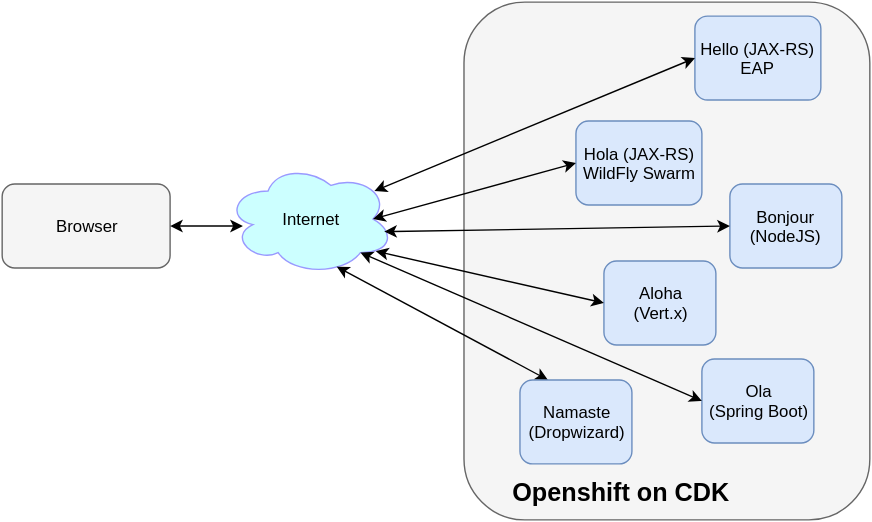
This is images/browser-client.svg from redhat-helloworld-msa/frontend, a draw.io export, as it was before one commit. Source tidied: cells renumbered, new cells last; positions are measured from the earlier drawing's top-left corner, leaving out a move shared by most shapes.
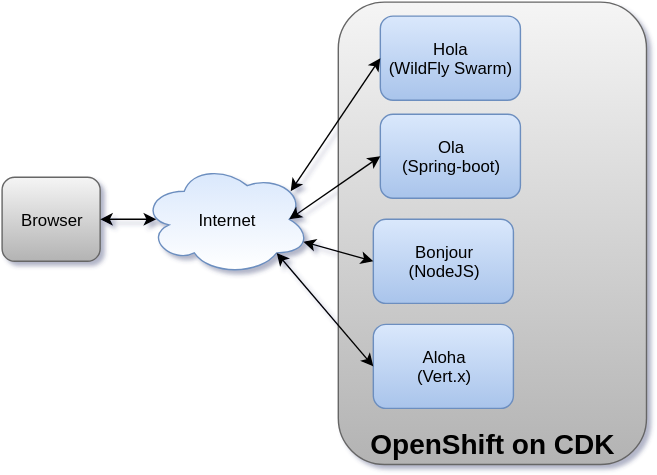
The same diagram one commit later.

Commit message:
Removed Hello and Namaste

The edit, as a diff of the source:
```diff
@@ -2,56 +2,46 @@
   <root>
     <mxCell id="0" />
     <mxCell id="1" parent="0" />
-    <mxCell id="2" value="Browser" style="rounded=1;whiteSpace=wrap;html=1;plain-gray;gradientColor=none;" parent="1" vertex="1">
-      <mxGeometry y="130" width="120" height="60" as="geometry" />
+    <mxCell id="2" value="Browser" style="rounded=1;whiteSpace=wrap;html=1;plain-gray;" parent="1" vertex="1">
+      <mxGeometry y="775" width="70" height="60" as="geometry" />
     </mxCell>
-    <mxCell id="3" value="Internet" style="ellipse;shape=cloud;whiteSpace=wrap;html=1;plain-yellow;gradientColor=none;fillColor=#CCFFFF;strokeColor=#9999FF;" parent="1" vertex="1">
-      <mxGeometry x="160" y="115" width="120" height="80" as="geometry" />
+    <mxCell id="3" value="Internet" style="ellipse;shape=cloud;whiteSpace=wrap;html=1;plain-blue;gradientColor=#FFFFFF;" parent="1" vertex="1">
+      <mxGeometry x="100" y="765" width="120" height="80" as="geometry" />
     </mxCell>
-    <mxCell id="4" style="rounded=1;whiteSpace=wrap;html=1;plain-gray;gradientColor=none;" parent="1" vertex="1">
-      <mxGeometry x="330" width="290" height="370" as="geometry" />
+    <mxCell id="4" style="edgeStyle=orthogonalEdgeStyle;rounded=0;html=1;exitX=1;exitY=0.5;startArrow=classic;startFill=1;jettySize=auto;" parent="1" edge="1" source="2">
+      <mxGeometry x="110" y="825" as="geometry">
+        <mxPoint x="110" y="805" as="targetPoint" />
+      </mxGeometry>
     </mxCell>
-    <mxCell id="5" value="Bonjour (NodeJS)" style="rounded=1;whiteSpace=wrap;html=1;plain-blue;gradientColor=none;" parent="1" vertex="1">
-      <mxGeometry x="520" y="130" width="80" height="60" as="geometry" />
+    <mxCell id="5" style="rounded=1;whiteSpace=wrap;html=1;plain-gray;" parent="1" vertex="1">
+      <mxGeometry x="240" y="650" width="220" height="330" as="geometry" />
     </mxCell>
-    <mxCell id="6" value="Hola (JAX-RS)&lt;div&gt;WildFly Swarm&lt;/div&gt;" style="rounded=1;whiteSpace=wrap;html=1;plain-blue;gradientColor=none;" parent="1" vertex="1">
-      <mxGeometry x="410" y="85" width="90" height="60" as="geometry" />
+    <mxCell id="6" value="Ola&lt;div&gt;(Spring-boot)&lt;/div&gt;" style="rounded=1;whiteSpace=wrap;html=1;plain-blue;gradientColor=#A9C4EB;" parent="1" vertex="1">
+      <mxGeometry x="270" y="730" width="100" height="60" as="geometry" />
     </mxCell>
-    <mxCell id="7" value="Hello (JAX-RS)&lt;div&gt;EAP&lt;/div&gt;" style="rounded=1;whiteSpace=wrap;html=1;plain-blue;gradientColor=none;" parent="1" vertex="1">
-      <mxGeometry x="495" y="10" width="90" height="60" as="geometry" />
+    <mxCell id="7" value="Hola&lt;div&gt;(WildFly Swarm)&lt;/div&gt;" style="rounded=1;whiteSpace=wrap;html=1;plain-blue;gradientColor=#A9C4EB;" parent="1" vertex="1">
+      <mxGeometry x="270" y="660" width="100" height="60" as="geometry" />
     </mxCell>
-    <mxCell id="8" value="Aloha&lt;div&gt;(Vert.x)&lt;/div&gt;" style="rounded=1;whiteSpace=wrap;html=1;plain-blue;gradientColor=none;" parent="1" vertex="1">
-      <mxGeometry x="430" y="185" width="80" height="60" as="geometry" />
+    <mxCell id="8" value="Aloha&lt;div&gt;(Vert.x)&lt;/div&gt;" style="rounded=1;whiteSpace=wrap;html=1;plain-blue;gradientColor=#A9C4EB;" parent="1" vertex="1">
+      <mxGeometry x="265" y="880" width="100" height="60" as="geometry" />
     </mxCell>
-    <mxCell id="9" value="Ola&lt;div&gt;(Spring Boot)&lt;/div&gt;" style="rounded=1;whiteSpace=wrap;html=1;plain-blue;gradientColor=none;" parent="1" vertex="1">
-      <mxGeometry x="500" y="255" width="80" height="60" as="geometry" />
+    <mxCell id="9" value="Bonjour&lt;div&gt;(NodeJS)&lt;/div&gt;" style="rounded=1;whiteSpace=wrap;html=1;plain-blue;gradientColor=#A9C4EB;" parent="1" vertex="1">
+      <mxGeometry x="265" y="805" width="100" height="60" as="geometry" />
     </mxCell>
-    <mxCell id="10" style="rounded=0;html=1;entryX=0;entryY=0.5;jettySize=auto;startArrow=classic;startFill=1;exitX=0.88;exitY=0.25;exitPerimeter=0;" parent="1" edge="1" source="3" target="7">
-      <mxGeometry x="306" y="60" as="geometry" />
+    <mxCell id="10" value="&lt;div style=&quot;text-align: left&quot;&gt;&lt;span style=&quot;font-size: 20px ; line-height: 1.2&quot;&gt;&lt;b&gt;OpenShift on CDK&lt;/b&gt;&lt;/span&gt;&lt;/div&gt;" style="text;html=1;strokeColor=none;fillColor=none;align=center;verticalAlign=middle;whiteSpace=wrap;overflow=hidden;" parent="1" vertex="1">
+      <mxGeometry x="260" y="950" width="180" height="30" as="geometry" />
     </mxCell>
-    <mxCell id="11" style="edgeStyle=none;rounded=0;html=1;entryX=0;entryY=0.5;startArrow=classic;startFill=1;jettySize=auto;exitX=0.875;exitY=0.5;exitPerimeter=0;" parent="1" edge="1" source="3" target="6">
-      <mxGeometry x="305" y="135" as="geometry" />
+    <mxCell id="11" style="rounded=0;html=1;exitX=0.88;exitY=0.25;exitPerimeter=0;entryX=0;entryY=0.5;startArrow=classic;startFill=1;jettySize=auto;" parent="1" edge="1" source="3" target="7">
+      <mxGeometry x="246" y="710" as="geometry" />
     </mxCell>
-    <mxCell id="12" style="edgeStyle=none;rounded=0;html=1;entryX=0;entryY=0.5;startArrow=classic;startFill=1;jettySize=auto;exitX=0.942;exitY=0.613;exitPerimeter=0;" parent="1" edge="1" source="3" target="5">
-      <mxGeometry x="313" y="180" as="geometry" />
+    <mxCell id="12" style="edgeStyle=none;rounded=0;html=1;exitX=0.96;exitY=0.7;exitPerimeter=0;entryX=0;entryY=0.5;startArrow=classic;startFill=1;jettySize=auto;" parent="1" edge="1" source="3" target="9">
+      <mxGeometry x="255" y="841" as="geometry" />
     </mxCell>
-    <mxCell id="13" style="edgeStyle=none;rounded=0;html=1;exitX=0;exitY=0.5;entryX=0.892;entryY=0.788;entryPerimeter=0;startArrow=classic;startFill=1;jettySize=auto;" parent="1" edge="1" source="8" target="3">
-      <mxGeometry x="307" y="198" as="geometry" />
+    <mxCell id="13" style="edgeStyle=none;rounded=0;html=1;exitX=0.8;exitY=0.8;exitPerimeter=0;entryX=0;entryY=0.5;startArrow=classic;startFill=1;jettySize=auto;" parent="1" edge="1" source="3" target="8">
+      <mxGeometry x="236" y="849" as="geometry" />
     </mxCell>
-    <mxCell id="14" style="edgeStyle=none;rounded=0;html=1;exitX=0;exitY=0.5;entryX=0.8;entryY=0.8;entryPerimeter=0;startArrow=classic;startFill=1;jettySize=auto;" parent="1" edge="1" source="9" target="3">
-      <mxGeometry x="296" y="199" as="geometry" />
+    <mxCell id="14" style="edgeStyle=none;rounded=0;html=1;exitX=0.875;exitY=0.5;exitPerimeter=0;entryX=0;entryY=0.5;startArrow=classic;startFill=1;jettySize=auto;" parent="1" edge="1" source="3" target="6">
+      <mxGeometry x="245" y="780" as="geometry" />
     </mxCell>
-    <mxCell id="15" value="&lt;b&gt;&lt;font style=&quot;font-size: 18px&quot;&gt;Openshift on CDK&lt;/font&gt;&lt;/b&gt;" style="text;html=1;align=left;verticalAlign=top;spacingTop=-4;" parent="1" vertex="1">
-      <mxGeometry x="365" y="340" width="170" height="20" as="geometry" />
-    </mxCell>
-    <mxCell id="16" style="edgeStyle=none;rounded=0;html=1;entryX=0.1;entryY=0.563;entryPerimeter=0;startArrow=classic;startFill=1;jettySize=auto;" parent="1" edge="1" source="2" target="3">
-      <mxGeometry x="160" y="180" as="geometry" />
-    </mxCell>
-    <mxCell id="17" style="edgeStyle=none;rounded=0;html=1;exitX=0.25;exitY=0;entryX=0.658;entryY=0.925;entryPerimeter=0;startArrow=classic;startFill=1;jettySize=auto;" parent="1" edge="1" source="18" target="3">
-      <mxGeometry x="279" y="209" as="geometry" />
-    </mxCell>
-    <mxCell id="18" value="Namaste&lt;div&gt;(Dropwizard)&lt;/div&gt;" style="rounded=1;whiteSpace=wrap;html=1;plain-blue;gradientColor=none;" parent="1" vertex="1">
-      <mxGeometry x="370" y="270" width="80" height="60" as="geometry" />
-    </mxCell>
   </root>
 </mxGraphModel>
```
